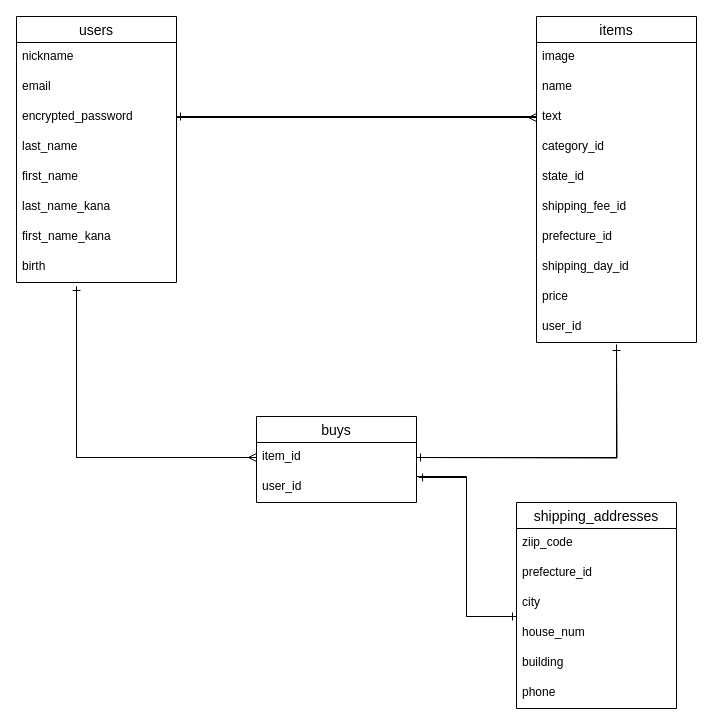
This is ER.dio from ittonnoshio/furima-36100, a draw.io file, before an edit. Source tidied: cells renumbered, new cells numbered last; positions are measured from the earlier drawing's top-left corner, leaving out a move shared by most shapes. Both pictures are drawn from the tidied source at 100%, with x=0, y=0 at pixel (16, 16).
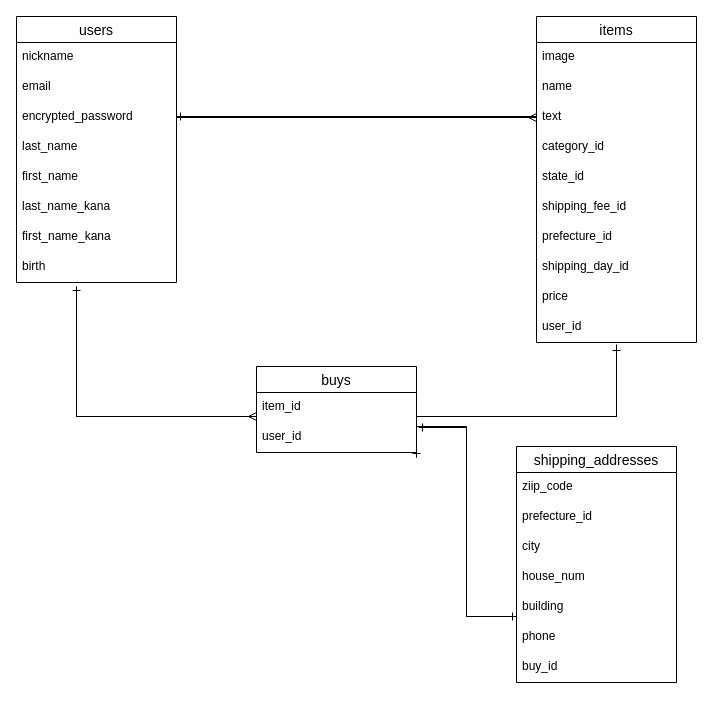
The same page after the edit.

The change refers to these unchanged cells:
```xml
<mxCell id="12" value="user_id" style="text;strokeColor=none;fillColor=none;spacingLeft=4;spacingRight=4;overflow=hidden;points=[[0,0.5],[1,0.5]];portConstraint=eastwest;fontSize=12;" parent="2" vertex="1">
  <mxGeometry y="296" width="160" height="30" as="geometry" />
</mxCell>
<mxCell id="24" value="user_id" style="text;strokeColor=none;fillColor=none;spacingLeft=4;spacingRight=4;overflow=hidden;points=[[0,0.5],[1,0.5]];portConstraint=eastwest;fontSize=12;" parent="22" vertex="1">
  <mxGeometry y="56" width="160" height="30" as="geometry" />
</mxCell>
<mxCell id="34" value="city" style="text;strokeColor=none;fillColor=none;spacingLeft=4;spacingRight=4;overflow=hidden;points=[[0,0.5],[1,0.5]];portConstraint=eastwest;fontSize=12;" parent="31" vertex="1">
  <mxGeometry y="86" width="160" height="30" as="geometry" />
</mxCell>
```

Change to the diagram source:
```diff
@@
     <mxCell id="22" value="buys" style="swimlane;fontStyle=0;horizontal=1;startSize=26;align=center;fontSize=14;" parent="1" vertex="1">
-      <mxGeometry x="240" y="400" width="160" height="86" as="geometry" />
+      <mxGeometry x="240" y="350" width="160" height="86" as="geometry" />
     </mxCell>
@@
     <mxCell id="26" style="edgeStyle=orthogonalEdgeStyle;rounded=0;orthogonalLoop=1;jettySize=auto;html=1;exitX=1;exitY=0.5;exitDx=0;exitDy=0;endArrow=ERone;endFill=0;" parent="1" edge="1">
       <mxGeometry relative="1" as="geometry">
         <mxPoint x="400" y="441" as="sourcePoint" />
         <mxPoint x="600" y="330" as="targetPoint" />
+        <Array as="points">
+          <mxPoint x="400" y="400" />
+          <mxPoint x="600" y="400" />
+        </Array>
       </mxGeometry>
     </mxCell>
@@
-    <mxCell id="28" style="edgeStyle=orthogonalEdgeStyle;rounded=0;orthogonalLoop=1;jettySize=auto;html=1;exitX=0;exitY=0.5;exitDx=0;exitDy=0;endArrow=ERone;endFill=0;strokeWidth=1;" parent="1" edge="1">
+    <mxCell id="28" style="edgeStyle=orthogonalEdgeStyle;rounded=0;orthogonalLoop=1;jettySize=auto;html=1;endArrow=ERone;endFill=0;strokeWidth=1;" parent="1" edge="1">
       <mxGeometry relative="1" as="geometry">
-        <mxPoint x="240" y="441" as="sourcePoint" />
+        <mxPoint x="240" y="400" as="sourcePoint" />
         <mxPoint x="60" y="270" as="targetPoint" />
         <Array as="points">
-          <mxPoint x="60" y="441" />
+          <mxPoint x="240" y="400" />
+          <mxPoint x="60" y="400" />
         </Array>
       </mxGeometry>
     </mxCell>
     <mxCell id="29" style="edgeStyle=orthogonalEdgeStyle;rounded=0;jettySize=auto;html=1;exitX=0.5;exitY=1.067;exitDx=0;exitDy=0;entryX=1;entryY=0.5;entryDx=0;entryDy=0;endArrow=ERone;endFill=0;strokeWidth=1;exitPerimeter=0;" parent="1" edge="1" source="12">
       <mxGeometry relative="1" as="geometry">
         <mxPoint x="400" y="441" as="targetPoint" />
         <Array as="points">
-          <mxPoint x="600" y="441" />
+          <mxPoint x="600" y="400" />
+          <mxPoint x="400" y="400" />
         </Array>
       </mxGeometry>
     </mxCell>
-    <mxCell id="30" style="edgeStyle=orthogonalEdgeStyle;rounded=0;orthogonalLoop=1;jettySize=auto;html=1;entryX=0;entryY=0.5;entryDx=0;entryDy=0;endArrow=ERmany;endFill=0;strokeWidth=1;" parent="1" edge="1">
+    <mxCell id="30" style="edgeStyle=orthogonalEdgeStyle;rounded=0;orthogonalLoop=1;jettySize=auto;html=1;endArrow=ERmany;endFill=0;strokeWidth=1;" parent="1" edge="1">
       <mxGeometry relative="1" as="geometry">
         <mxPoint x="60" y="270" as="sourcePoint" />
-        <mxPoint x="240" y="441" as="targetPoint" />
+        <mxPoint x="240" y="400" as="targetPoint" />
         <Array as="points">
-          <mxPoint x="60" y="441" />
+          <mxPoint x="60" y="400" />
+          <mxPoint x="240" y="400" />
         </Array>
       </mxGeometry>
     </mxCell>
     <mxCell id="31" value="shipping_addresses" style="swimlane;fontStyle=0;horizontal=1;startSize=26;align=center;fontSize=14;" parent="1" vertex="1">
-      <mxGeometry x="500" y="486" width="160" height="206" as="geometry" />
+      <mxGeometry x="500" y="430" width="160" height="236" as="geometry" />
     </mxCell>
@@
+    <mxCell id="40" value="buy_id" style="text;strokeColor=none;fillColor=none;spacingLeft=4;spacingRight=4;overflow=hidden;fontSize=12;" parent="31" vertex="1">
+      <mxGeometry y="206" width="160" height="30" as="geometry" />
+    </mxCell>
     <mxCell id="38" style="edgeStyle=orthogonalEdgeStyle;rounded=0;jettySize=auto;html=1;exitX=1;exitY=0.5;exitDx=0;exitDy=0;endArrow=ERone;endFill=0;strokeWidth=1;" parent="1" edge="1" source="24">
       <mxGeometry relative="1" as="geometry">
         <mxPoint x="500" y="600" as="targetPoint" />
         <Array as="points">
-          <mxPoint x="400" y="460" />
-          <mxPoint x="450" y="460" />
+          <mxPoint x="400" y="410" />
+          <mxPoint x="450" y="410" />
           <mxPoint x="450" y="600" />
         </Array>
       </mxGeometry>
     </mxCell>
     <mxCell id="39" style="edgeStyle=orthogonalEdgeStyle;rounded=0;jettySize=auto;html=1;exitX=0;exitY=0.5;exitDx=0;exitDy=0;entryX=1.013;entryY=0.167;entryDx=0;entryDy=0;entryPerimeter=0;endArrow=ERone;endFill=0;strokeWidth=1;" parent="1" edge="1" source="34" target="24">
       <mxGeometry relative="1" as="geometry">
         <Array as="points">
           <mxPoint x="500" y="600" />
           <mxPoint x="450" y="600" />
-          <mxPoint x="450" y="461" />
+          <mxPoint x="450" y="411" />
         </Array>
       </mxGeometry>
     </mxCell>
```
